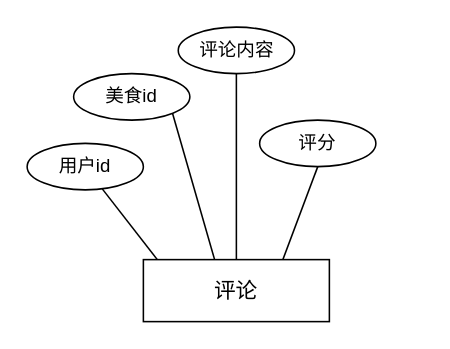
Before: food_comment.drawio in asharca/drawio, a draw.io diagram. Source tidied: cells renumbered, new cells numbered last; positions are measured from the earlier drawing's top-left corner, leaving out a move shared by most shapes. Both pictures are drawn from the tidied source at 155%, with x=0, y=0 at pixel (26, 26).
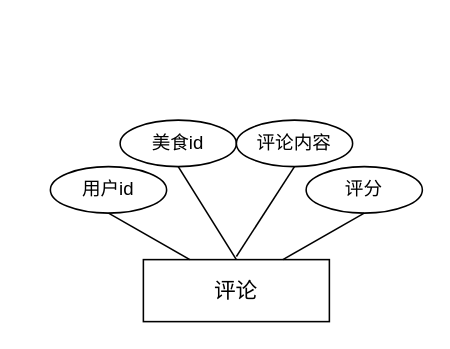
The same page after the edit.

What changed in the source:
```diff
@@
 <mxGraphModel>
   <root>
     <mxCell id="0" />
     <mxCell id="1" parent="0" />
     <mxCell id="2" value="&lt;span style=&quot;font-size: 14px;&quot;&gt;评论&lt;/span&gt;" style="rounded=0;whiteSpace=wrap;html=1;" parent="1" vertex="1">
       <mxGeometry x="75" y="150" width="120" height="40" as="geometry" />
     </mxCell>
     <mxCell id="3" value="用户id" style="ellipse;whiteSpace=wrap;html=1;" parent="1" vertex="1">
-      <mxGeometry y="75" width="75" height="30" as="geometry" />
+      <mxGeometry x="15" y="90" width="75" height="30" as="geometry" />
     </mxCell>
     <mxCell id="4" value="美食id" style="ellipse;whiteSpace=wrap;html=1;" parent="1" vertex="1">
-      <mxGeometry x="30" y="30" width="75" height="30" as="geometry" />
+      <mxGeometry x="60" y="60" width="75" height="30" as="geometry" />
     </mxCell>
     <mxCell id="5" value="评论内容" style="ellipse;whiteSpace=wrap;html=1;" parent="1" vertex="1">
-      <mxGeometry x="97.5" width="75" height="30" as="geometry" />
+      <mxGeometry x="135" y="60" width="75" height="30" as="geometry" />
     </mxCell>
     <mxCell id="6" value="评分" style="ellipse;whiteSpace=wrap;html=1;" parent="1" vertex="1">
-      <mxGeometry x="150" y="60" width="75" height="30" as="geometry" />
+      <mxGeometry x="180" y="90" width="75" height="30" as="geometry" />
     </mxCell>
-    <mxCell id="7" style="endArrow=none;html=1;rounded=0;exitX=0.075;exitY=0;exitDx=0;exitDy=0;exitPerimeter=0;" parent="1" edge="1" source="2" target="3">
+    <mxCell id="7" style="endArrow=none;html=1;rounded=0;exitX=0.25;exitY=0;exitDx=0;exitDy=0;entryX=0.5;entryY=1;entryDx=0;entryDy=0;" parent="1" edge="1" source="2" target="3">
       <mxGeometry relative="1" as="geometry" />
     </mxCell>
-    <mxCell id="8" style="endArrow=none;html=1;rounded=0;exitX=0.383;exitY=0;exitDx=0;exitDy=0;entryX=1;entryY=1;entryDx=0;entryDy=0;exitPerimeter=0;" parent="1" edge="1" source="2" target="4">
-      <mxGeometry relative="1" as="geometry" />
+    <mxCell id="8" style="endArrow=none;html=1;rounded=0;entryX=0.5;entryY=1;entryDx=0;entryDy=0;" parent="1" edge="1" target="4">
+      <mxGeometry relative="1" as="geometry">
+        <mxPoint x="135" y="150" as="sourcePoint" />
+      </mxGeometry>
     </mxCell>
-    <mxCell id="9" style="endArrow=none;html=1;rounded=0;entryX=0.5;entryY=1;entryDx=0;entryDy=0;exitX=0.5;exitY=0;exitDx=0;exitDy=0;" parent="1" edge="1" source="2" target="5">
-      <mxGeometry relative="1" as="geometry" />
+    <mxCell id="9" style="endArrow=none;html=1;rounded=0;entryX=0.5;entryY=1;entryDx=0;entryDy=0;" parent="1" edge="1" target="5">
+      <mxGeometry relative="1" as="geometry">
+        <mxPoint x="135" y="148" as="sourcePoint" />
+      </mxGeometry>
     </mxCell>
     <mxCell id="10" style="endArrow=none;html=1;rounded=0;entryX=0.5;entryY=1;entryDx=0;entryDy=0;exitX=0.75;exitY=0;exitDx=0;exitDy=0;" parent="1" edge="1" source="2" target="6">
       <mxGeometry relative="1" as="geometry" />
     </mxCell>
   </root>
 </mxGraphModel>
```
